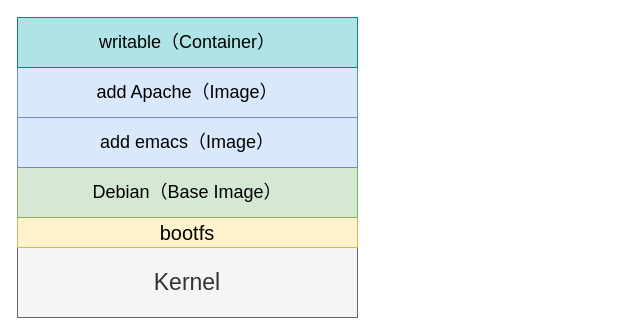
Earlier version of the draw.io diagram 镜像的组成结构.drawio (KAZAMA-DREAM/picture). Source tidied: cells renumbered, new cells numbered last; positions are measured from the earlier drawing's top-left corner, leaving out a move shared by most shapes. Both pictures are drawn from the tidied source at 100%, with x=0, y=0 at pixel (17, 17).
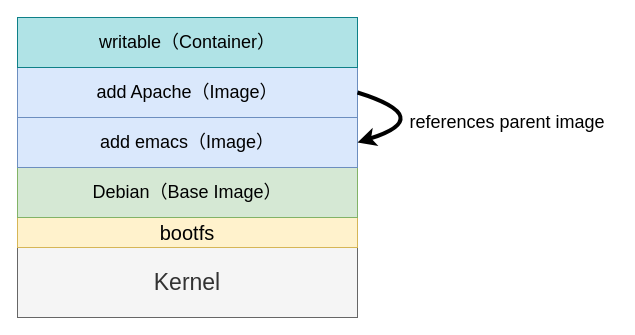
After the change.

Commit message (it also covers changes not shown here):
更新镜像的组成结构.drawio

Change to the diagram source:
```diff
@@
 <mxGraphModel>
   <root>
     <mxCell id="0" />
     <mxCell id="1" parent="0" />
     <mxCell id="2" value="&lt;font style=&quot;font-size: 23px;&quot;&gt;Kernel&lt;/font&gt;" style="rounded=0;whiteSpace=wrap;html=1;fillColor=#f5f5f5;fontColor=#333333;strokeColor=#666666;" parent="1" vertex="1">
       <mxGeometry y="230" width="340" height="70" as="geometry" />
     </mxCell>
     <mxCell id="3" value="&lt;font style=&quot;font-size: 20px;&quot;&gt;bootfs&lt;/font&gt;" style="rounded=0;whiteSpace=wrap;html=1;fillColor=#fff2cc;strokeColor=#d6b656;" parent="1" vertex="1">
       <mxGeometry y="200" width="340" height="30" as="geometry" />
     </mxCell>
     <mxCell id="4" value="&lt;font style=&quot;font-size: 18px;&quot;&gt;Debian（Base Image）&lt;/font&gt;" style="rounded=0;whiteSpace=wrap;html=1;fillColor=#d5e8d4;strokeColor=#82b366;" parent="1" vertex="1">
       <mxGeometry y="150" width="340" height="50" as="geometry" />
     </mxCell>
     <mxCell id="5" value="&lt;font style=&quot;font-size: 18px;&quot;&gt;add emacs（Image）&lt;/font&gt;" style="rounded=0;whiteSpace=wrap;html=1;fillColor=#dae8fc;strokeColor=#6c8ebf;" parent="1" vertex="1">
       <mxGeometry y="100" width="340" height="50" as="geometry" />
     </mxCell>
     <mxCell id="6" value="&lt;font style=&quot;font-size: 18px;&quot;&gt;add Apache（Image）&lt;/font&gt;" style="rounded=0;whiteSpace=wrap;html=1;fillColor=#dae8fc;strokeColor=#6c8ebf;" parent="1" vertex="1">
       <mxGeometry y="50" width="340" height="50" as="geometry" />
     </mxCell>
     <mxCell id="7" value="&lt;font style=&quot;font-size: 18px;&quot;&gt;writable（Container）&lt;/font&gt;" style="rounded=0;whiteSpace=wrap;html=1;fillColor=#b0e3e6;strokeColor=#0e8088;" parent="1" vertex="1">
       <mxGeometry width="340" height="50" as="geometry" />
     </mxCell>
+    <mxCell id="8" style="curved=1;endArrow=classic;html=1;rounded=0;exitX=1;exitY=0.5;exitDx=0;exitDy=0;entryX=1;entryY=0.5;entryDx=0;entryDy=0;strokeWidth=4;" parent="1" edge="1" source="6" target="5">
+      <mxGeometry relative="1" as="geometry">
+        <Array as="points">
+          <mxPoint x="420" y="100" />
+        </Array>
+      </mxGeometry>
+    </mxCell>
+    <mxCell id="9" value="&lt;font style=&quot;font-size: 18px;&quot;&gt;references parent image&lt;/font&gt;" style="text;html=1;strokeColor=none;fillColor=none;align=center;verticalAlign=middle;whiteSpace=wrap;rounded=0;strokeWidth=2;" parent="1" vertex="1">
+      <mxGeometry x="380" y="90" width="220" height="30" as="geometry" />
+    </mxCell>
   </root>
 </mxGraphModel>
```
